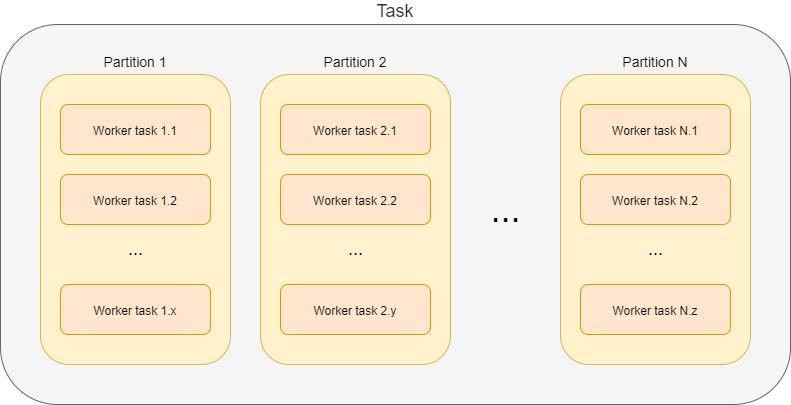
The draw.io diagram midpoint/midscale/design/tasks/task-composition-workers.png in Evolveum/docs, before a commit. Source tidied: cells renumbered, new cells last; positions are measured from the earlier drawing's top-left corner, leaving out a move shared by most shapes.
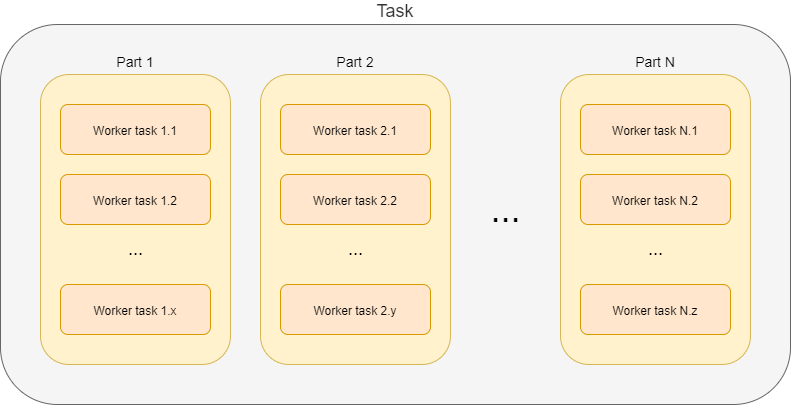
Above is the later version.

What changed in the source:
```diff
@@ -5,7 +5,7 @@
     <mxCell id="2" value="Task" style="rounded=1;whiteSpace=wrap;html=1;fontSize=18;labelPosition=center;verticalLabelPosition=top;align=center;verticalAlign=bottom;fillColor=#f5f5f5;strokeColor=#666666;fontColor=#333333;" parent="1" vertex="1">
       <mxGeometry width="790" height="380" as="geometry" />
     </mxCell>
-    <mxCell id="3" value="&lt;font style=&quot;font-size: 14px&quot;&gt;Partition N&lt;/font&gt;" style="rounded=1;whiteSpace=wrap;html=1;fontSize=18;labelPosition=center;verticalLabelPosition=top;align=center;verticalAlign=bottom;fillColor=#fff2cc;strokeColor=#d6b656;" parent="1" vertex="1">
+    <mxCell id="3" value="&lt;font style=&quot;font-size: 14px&quot;&gt;Part N&lt;/font&gt;" style="rounded=1;whiteSpace=wrap;html=1;fontSize=18;labelPosition=center;verticalLabelPosition=top;align=center;verticalAlign=bottom;fillColor=#fff2cc;strokeColor=#d6b656;" parent="1" vertex="1">
       <mxGeometry x="560" y="50" width="190" height="290" as="geometry" />
     </mxCell>
     <mxCell id="4" value="&lt;font style=&quot;font-size: 12px&quot;&gt;Worker task N.1&lt;/font&gt;" style="rounded=1;whiteSpace=wrap;html=1;fontSize=18;labelPosition=center;verticalLabelPosition=middle;align=center;verticalAlign=middle;fillColor=#ffe6cc;strokeColor=#d79b00;" parent="1" vertex="1">
@@ -14,7 +14,7 @@
     <mxCell id="5" value="&lt;font style=&quot;font-size: 12px&quot;&gt;Worker task N.z&lt;/font&gt;" style="rounded=1;whiteSpace=wrap;html=1;fontSize=18;labelPosition=center;verticalLabelPosition=middle;align=center;verticalAlign=middle;fillColor=#ffe6cc;strokeColor=#d79b00;" parent="1" vertex="1">
       <mxGeometry x="580" y="260" width="150" height="50" as="geometry" />
     </mxCell>
-    <mxCell id="6" value="&lt;font style=&quot;font-size: 14px&quot;&gt;Partition 2&lt;/font&gt;" style="rounded=1;whiteSpace=wrap;html=1;fontSize=18;labelPosition=center;verticalLabelPosition=top;align=center;verticalAlign=bottom;fillColor=#fff2cc;strokeColor=#d6b656;" parent="1" vertex="1">
+    <mxCell id="6" value="&lt;font style=&quot;font-size: 14px&quot;&gt;Part 2&lt;/font&gt;" style="rounded=1;whiteSpace=wrap;html=1;fontSize=18;labelPosition=center;verticalLabelPosition=top;align=center;verticalAlign=bottom;fillColor=#fff2cc;strokeColor=#d6b656;" parent="1" vertex="1">
       <mxGeometry x="260" y="50" width="190" height="290" as="geometry" />
     </mxCell>
     <mxCell id="7" value="&lt;font style=&quot;font-size: 12px&quot;&gt;Worker task 2.y&lt;/font&gt;" style="rounded=1;whiteSpace=wrap;html=1;fontSize=18;labelPosition=center;verticalLabelPosition=middle;align=center;verticalAlign=middle;fillColor=#ffe6cc;strokeColor=#d79b00;" parent="1" vertex="1">
@@ -23,7 +23,7 @@
     <mxCell id="8" value="&lt;font style=&quot;font-size: 12px&quot;&gt;Worker task 2.1&lt;/font&gt;" style="rounded=1;whiteSpace=wrap;html=1;fontSize=18;labelPosition=center;verticalLabelPosition=middle;align=center;verticalAlign=middle;fillColor=#ffe6cc;strokeColor=#d79b00;" parent="1" vertex="1">
       <mxGeometry x="280" y="80" width="150" height="50" as="geometry" />
     </mxCell>
-    <mxCell id="9" value="&lt;font style=&quot;font-size: 14px&quot;&gt;Partition 1&lt;/font&gt;" style="rounded=1;whiteSpace=wrap;html=1;fontSize=18;labelPosition=center;verticalLabelPosition=top;align=center;verticalAlign=bottom;fillColor=#fff2cc;strokeColor=#d6b656;" parent="1" vertex="1">
+    <mxCell id="9" value="&lt;font style=&quot;font-size: 14px&quot;&gt;Part 1&lt;/font&gt;" style="rounded=1;whiteSpace=wrap;html=1;fontSize=18;labelPosition=center;verticalLabelPosition=top;align=center;verticalAlign=bottom;fillColor=#fff2cc;strokeColor=#d6b656;" parent="1" vertex="1">
       <mxGeometry x="40" y="50" width="190" height="290" as="geometry" />
     </mxCell>
     <mxCell id="10" value="&lt;font style=&quot;font-size: 36px&quot;&gt;...&lt;/font&gt;" style="text;html=1;align=center;verticalAlign=middle;fontSize=18;" parent="1" vertex="1">
```
